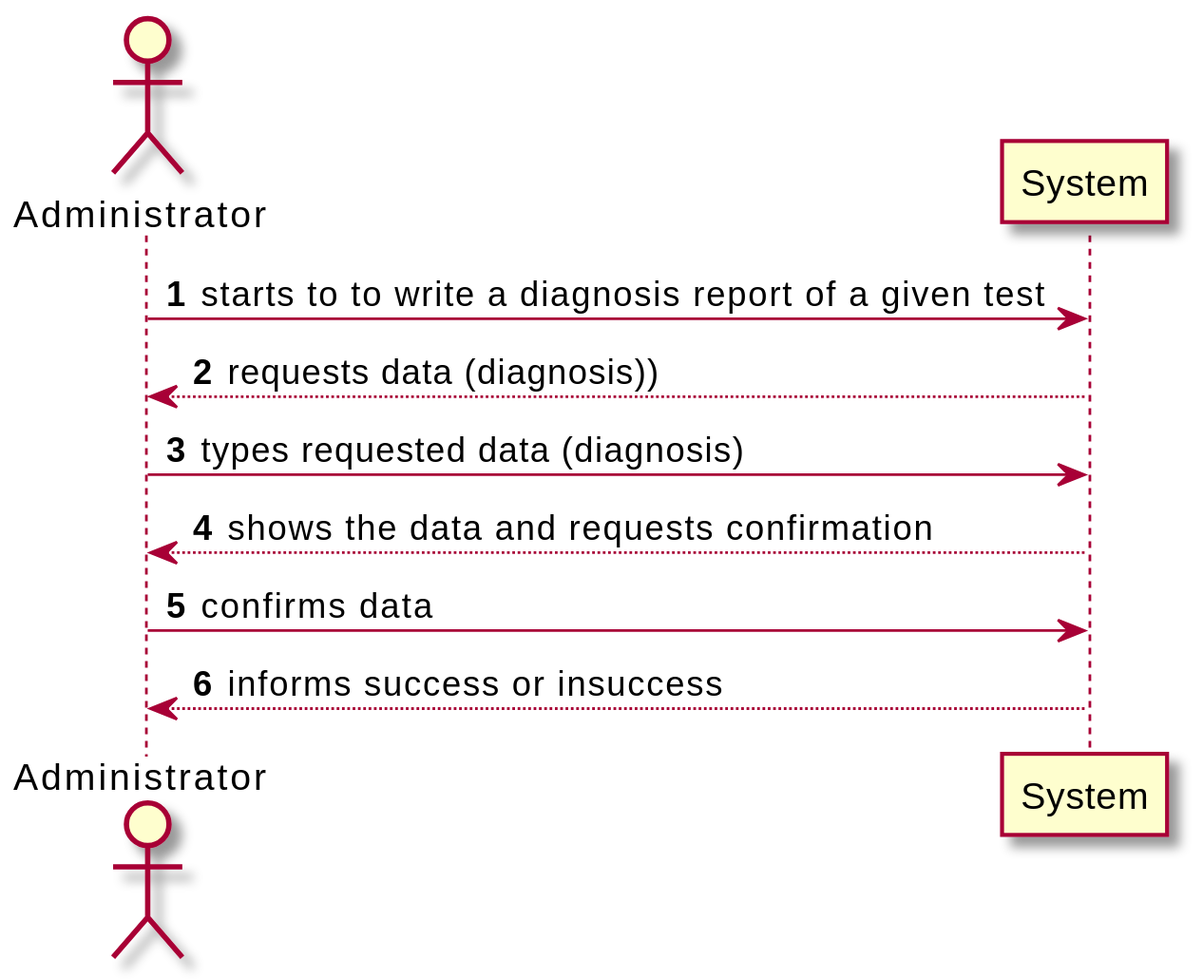
Earlier version of the PlantUML export docs/SprintC/US14/US14_SSD.svg (jsmarques98/LAPR2-ISEP).
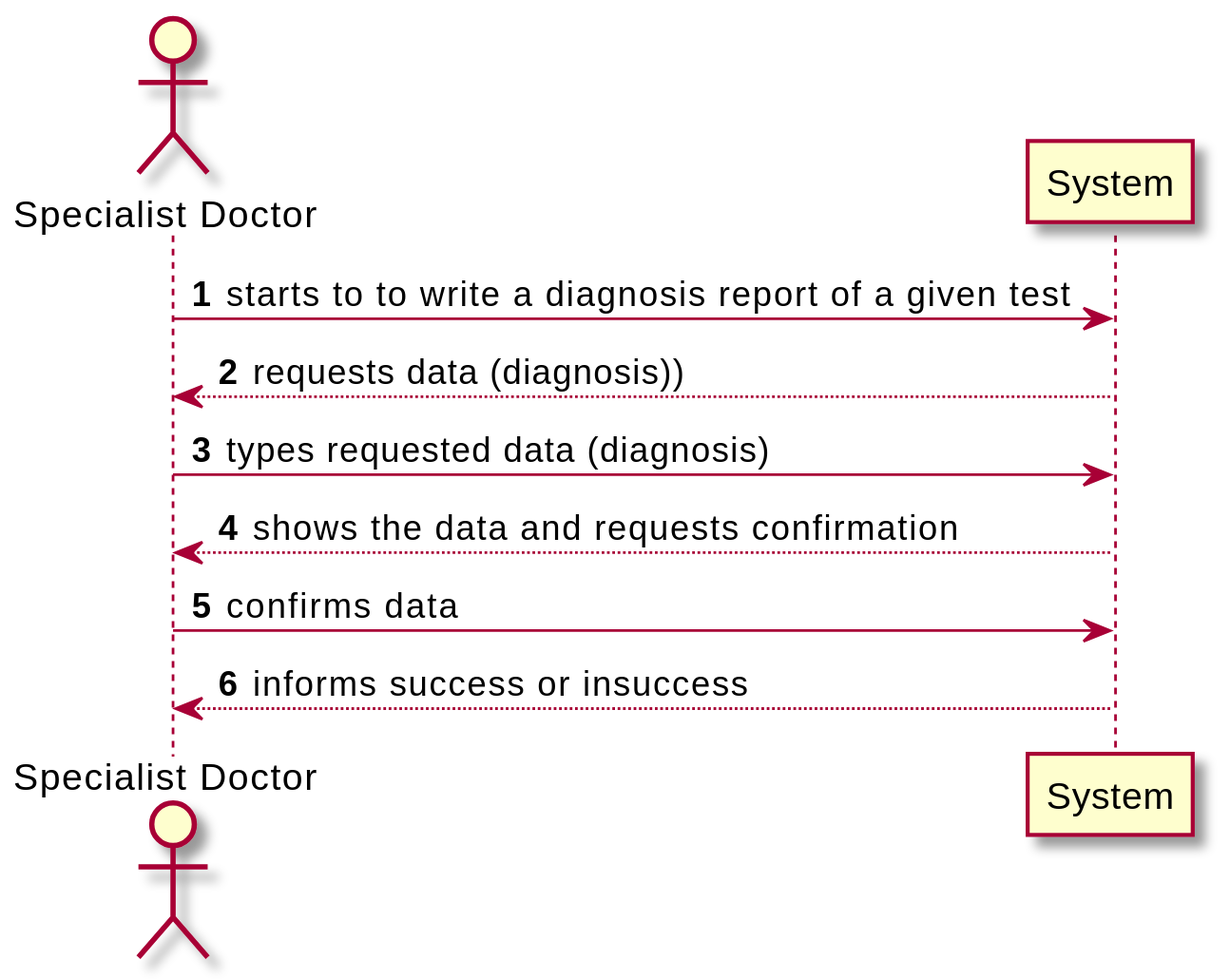
After the change.

What changed in the source:
```diff
@@ -2,14 +2,14 @@
 
 autonumber
 
-actor  "Administrator" as Admin
+actor  "Specialist Doctor" as Spec
 
-Admin -> System: starts to to write a diagnosis report of a given test
-System --> Admin: requests data (diagnosis))
+Spec -> System: starts to to write a diagnosis report of a given test
+System --> Spec: requests data (diagnosis))
 
-Admin -> System: types requested data (diagnosis)
-System --> Admin: shows the data and requests confirmation
+Spec -> System: types requested data (diagnosis)
+System --> Spec: shows the data and requests confirmation
 
-Admin -> System: confirms data
-System --> Admin: informs success or insuccess
+Spec -> System: confirms data
+System --> Spec: informs success or insuccess
 @enduml
```
